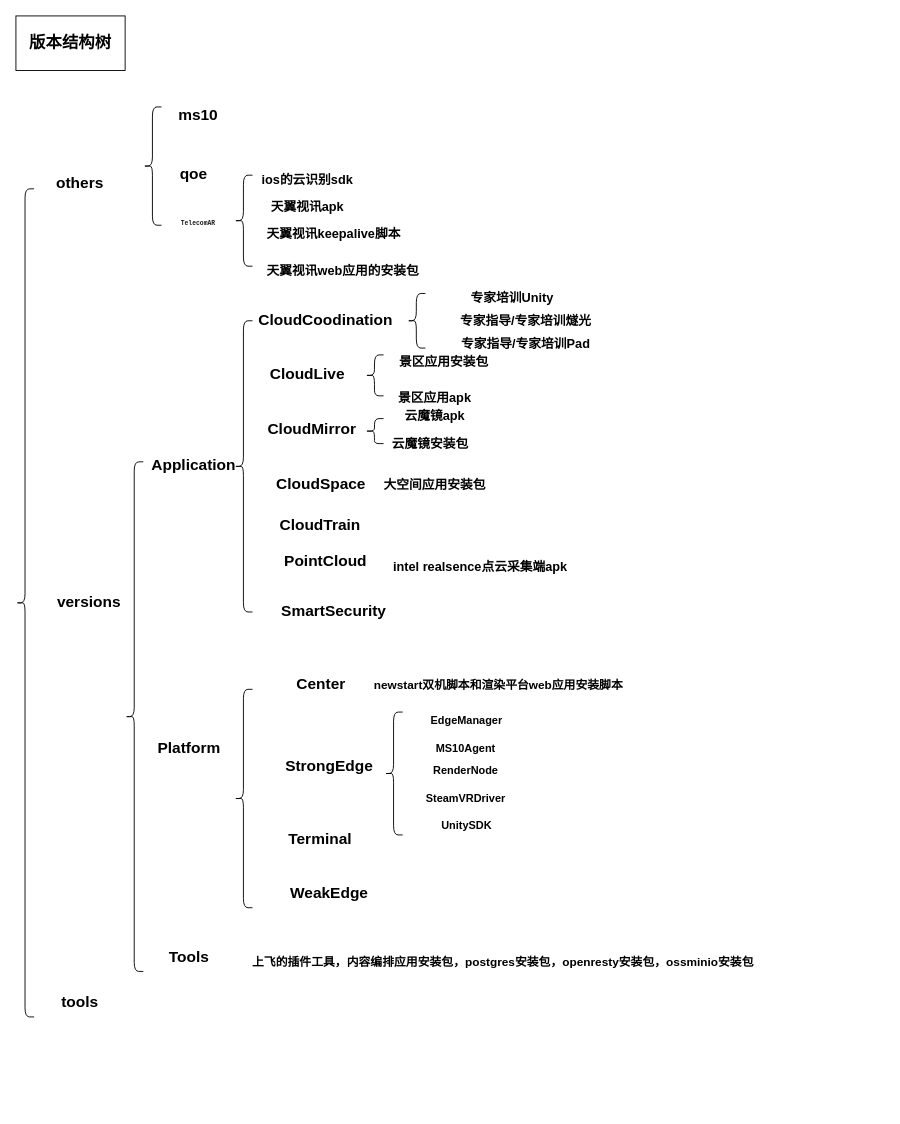
Above: Untitled Diagram.drawio in xiaoyuanwu123/notes (draw.io), before the change. Source tidied: cells renumbered, new cells numbered last; positions are measured from the earlier drawing's top-left corner, leaving out a move shared by most shapes. Both pictures are drawn from the tidied source at 91%, with x=0, y=0 at pixel (15, 15).
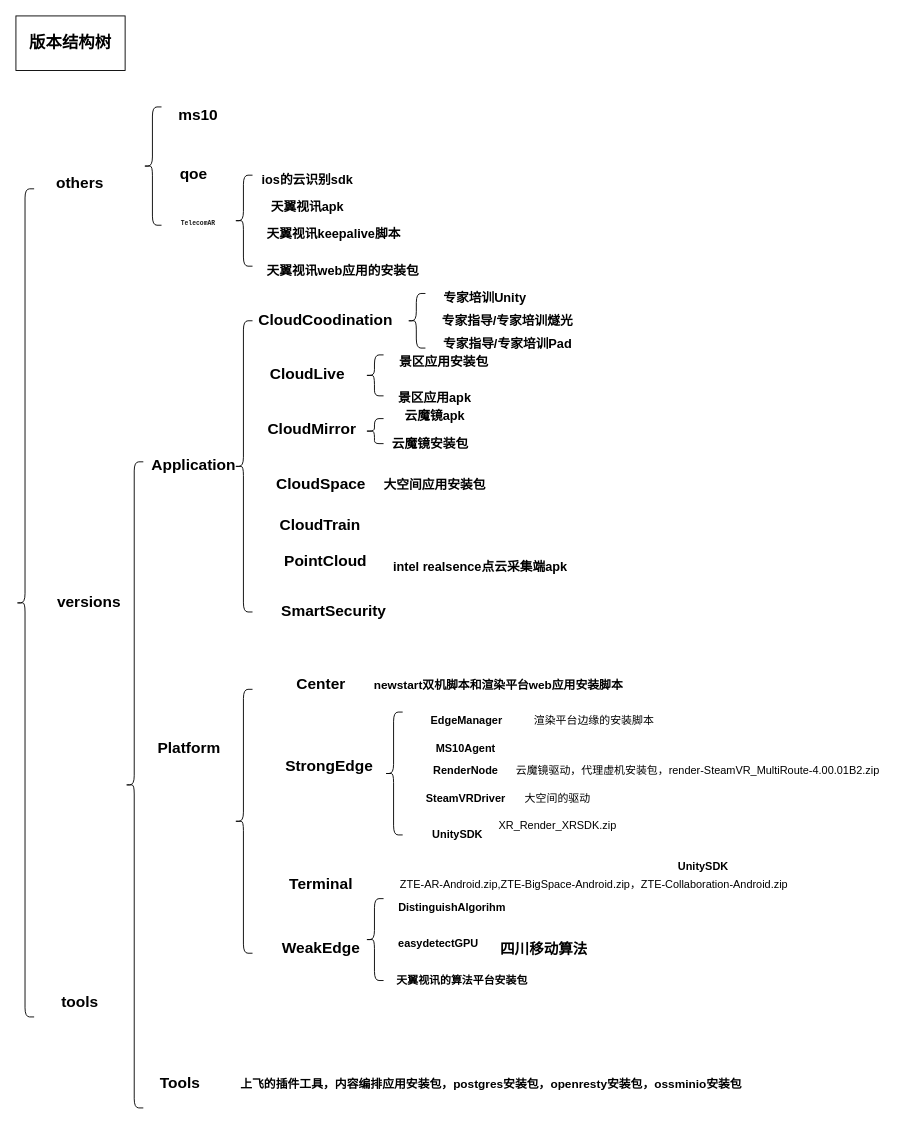
The same diagram, later.

Change to the diagram source:
```diff
@@
     <mxCell id="18" value="Tools" style="text;html=1;align=center;verticalAlign=middle;fillColor=none;strokeColor=none;rounded=0;fontStyle=1;fontSize=17;" parent="1" vertex="1">
-      <mxGeometry x="160" y="1020" width="60" height="30" as="geometry" />
+      <mxGeometry x="150" y="1159" width="60" height="30" as="geometry" />
     </mxCell>
     <mxCell id="19" style="shape=curlyBracket;whiteSpace=wrap;html=1;rounded=1;fontSize=18;" parent="1" vertex="1">
-      <mxGeometry x="120" y="490" width="20" height="560" as="geometry" />
+      <mxGeometry x="120" y="490" width="20" height="710" as="geometry" />
     </mxCell>
@@
     <mxCell id="28" value="专家培训Unity" style="text;html=1;align=center;verticalAlign=middle;fillColor=none;strokeColor=none;rounded=0;fontStyle=1;fontSize=14;" parent="1" vertex="1">
-      <mxGeometry x="490" y="300" width="110" height="20" as="geometry" />
+      <mxGeometry x="460" y="300" width="110" height="20" as="geometry" />
     </mxCell>
@@
     <mxCell id="30" value="专家指导/专家培训燧光" style="text;html=1;align=center;verticalAlign=middle;fillColor=none;strokeColor=none;rounded=0;fontStyle=1;fontSize=14;" parent="1" vertex="1">
-      <mxGeometry x="480" y="325" width="160" height="20" as="geometry" />
+      <mxGeometry x="460" y="325" width="160" height="20" as="geometry" />
     </mxCell>
     <mxCell id="31" value="专家指导/专家培训Pad" style="text;html=1;align=center;verticalAlign=middle;fillColor=none;strokeColor=none;rounded=0;fontStyle=1;fontSize=14;" parent="1" vertex="1">
-      <mxGeometry x="480" y="350" width="160" height="20" as="geometry" />
+      <mxGeometry x="460" y="350" width="160" height="20" as="geometry" />
     </mxCell>
@@
     <mxCell id="40" style="shape=curlyBracket;whiteSpace=wrap;html=1;rounded=1;fontSize=14;" parent="1" vertex="1">
-      <mxGeometry x="240" y="740" width="20" height="240" as="geometry" />
+      <mxGeometry x="240" y="740" width="20" height="290" as="geometry" />
     </mxCell>
@@
     <mxCell id="43" value="Terminal" style="text;html=1;align=center;verticalAlign=middle;fillColor=none;strokeColor=none;rounded=0;fontStyle=1;fontSize=17;" parent="1" vertex="1">
-      <mxGeometry x="289" y="890" width="90" height="30" as="geometry" />
+      <mxGeometry x="290" y="940" width="90" height="30" as="geometry" />
     </mxCell>
     <mxCell id="44" value="WeakEdge" style="text;html=1;align=center;verticalAlign=middle;fillColor=none;strokeColor=none;rounded=0;fontStyle=1;fontSize=17;" parent="1" vertex="1">
-      <mxGeometry x="294" y="950" width="100" height="30" as="geometry" />
+      <mxGeometry x="285" y="1010" width="100" height="30" as="geometry" />
     </mxCell>
     <mxCell id="45" value="上飞的插件工具，内容编排应用安装包，postgres安装包，openresty安装包，ossminio安装包" style="text;html=1;align=center;verticalAlign=middle;fillColor=none;strokeColor=none;rounded=0;fontStyle=1;fontSize=13;" parent="1" vertex="1">
-      <mxGeometry x="250" y="1030" width="570" height="20" as="geometry" />
+      <mxGeometry x="237" y="1164" width="570" height="20" as="geometry" />
     </mxCell>
@@
     <mxCell id="51" value="UnitySDK" style="text;html=1;align=center;verticalAlign=middle;fillColor=none;strokeColor=none;rounded=0;fontStyle=1;fontSize=12;" parent="1" vertex="1">
-      <mxGeometry x="460" y="880" width="70" height="20" as="geometry" />
+      <mxGeometry x="450" y="890" width="70" height="20" as="geometry" />
     </mxCell>
@@
+    <mxCell id="53" value="渲染平台边缘的安装脚本" style="text;html=1;align=center;verticalAlign=middle;fillColor=none;strokeColor=none;rounded=0;fontStyle=0;fontSize=12;" parent="1" vertex="1">
+      <mxGeometry x="560" y="765" width="150" height="20" as="geometry" />
+    </mxCell>
+    <mxCell id="54" value="云魔镜驱动，代理虚机安装包，render-SteamVR_MultiRoute-4.00.01B2.zip" style="text;html=1;align=center;verticalAlign=middle;fillColor=none;strokeColor=none;rounded=0;fontStyle=0;fontSize=12;" parent="1" vertex="1">
+      <mxGeometry x="544" y="820" width="410" height="20" as="geometry" />
+    </mxCell>
+    <mxCell id="55" value="大空间的驱动" style="text;html=1;align=center;verticalAlign=middle;fillColor=none;strokeColor=none;rounded=0;fontStyle=0;fontSize=12;" parent="1" vertex="1">
+      <mxGeometry x="550" y="850" width="90" height="20" as="geometry" />
+    </mxCell>
+    <mxCell id="56" value="XR_Render_XRSDK.zip" style="text;html=1;align=center;verticalAlign=middle;fillColor=none;strokeColor=none;rounded=0;fontStyle=0;fontSize=12;" parent="1" vertex="1">
+      <mxGeometry x="525" y="880" width="140" height="20" as="geometry" />
+    </mxCell>
+    <mxCell id="57" value="ZTE-AR-Android.zip,ZTE-BigSpace-Android.zip，ZTE-Collaboration-Android.zip" style="text;html=1;align=center;verticalAlign=middle;fillColor=none;strokeColor=none;rounded=0;fontStyle=0;fontSize=12;" parent="1" vertex="1">
+      <mxGeometry x="415" y="945" width="440" height="20" as="geometry" />
+    </mxCell>
+    <mxCell id="58" style="shape=curlyBracket;whiteSpace=wrap;html=1;rounded=1;fontSize=13;" parent="1" vertex="1">
+      <mxGeometry x="384" y="970" width="20" height="90" as="geometry" />
+    </mxCell>
+    <mxCell id="59" value="DistinguishAlgorihm" style="text;html=1;align=center;verticalAlign=middle;fillColor=none;strokeColor=none;rounded=0;fontStyle=1;fontSize=12;" parent="1" vertex="1">
+      <mxGeometry x="414" y="970" width="130" height="20" as="geometry" />
+    </mxCell>
+    <mxCell id="60" value="easydetectGPU" style="text;html=1;align=center;verticalAlign=middle;fillColor=none;strokeColor=none;rounded=0;fontStyle=1;fontSize=12;" parent="1" vertex="1">
+      <mxGeometry x="414" y="1010" width="100" height="20" as="geometry" />
+    </mxCell>
+    <mxCell id="61" value="天翼视讯的算法平台安装包" style="text;html=1;align=center;verticalAlign=middle;fillColor=none;strokeColor=none;rounded=0;fontStyle=1;fontSize=12;" parent="1" vertex="1">
+      <mxGeometry x="410" y="1050" width="160" height="20" as="geometry" />
+    </mxCell>
+    <mxCell id="62" value="UnitySDK" style="text;html=1;align=center;verticalAlign=middle;fillColor=none;strokeColor=none;rounded=0;fontStyle=1;fontSize=12;" parent="1" vertex="1">
+      <mxGeometry x="720" y="925" width="70" height="20" as="geometry" />
+    </mxCell>
+    <mxCell id="63" value="&lt;pre style=&quot;font-family: 宋体; font-size: 12pt;&quot;&gt;&lt;span style=&quot;&quot;&gt;四川移动算法&lt;/span&gt;&lt;/pre&gt;" style="text;html=1;align=center;verticalAlign=middle;fillColor=none;strokeColor=none;rounded=0;fontStyle=1;fontSize=12;labelBackgroundColor=#ffffff;" parent="1" vertex="1">
+      <mxGeometry x="520" y="1000" width="120" height="50" as="geometry" />
+    </mxCell>
```
